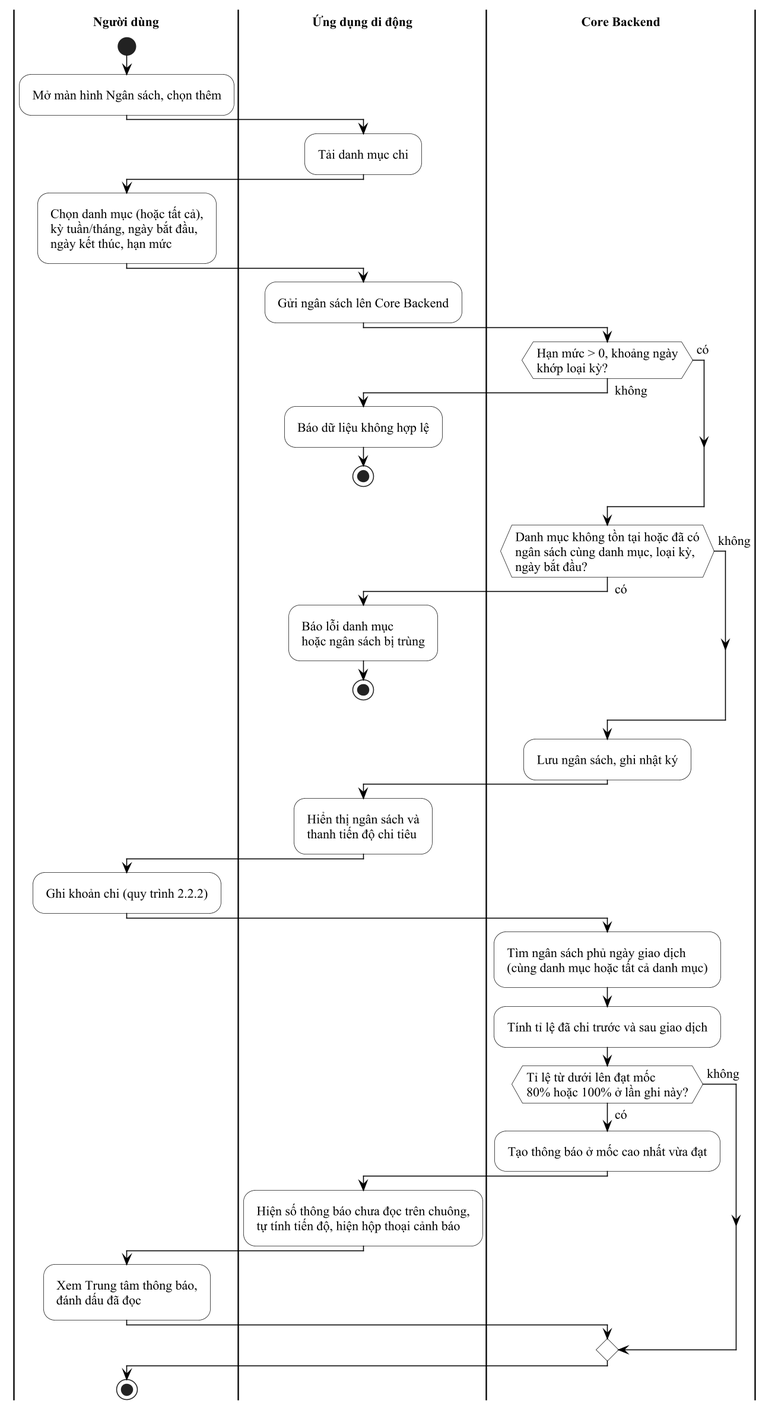
This is docs/thesis/diagrams/ch2_ngan_sach_hoat_dong.png from TriPhan15/donutpay-monorepo, a PlantUML export, as it was before one commit. The source it was exported from:
```plantuml
@startuml ch2_ngan_sach_hoat_dong
!include _style.iuml
|Người dùng|
start
:Mở màn hình Ngân sách, chọn thêm;
|Ứng dụng di động|
:Tải danh mục chi;
|Người dùng|
:Chọn danh mục (hoặc tất cả),\nkỳ tuần/tháng, ngày bắt đầu,\nngày kết thúc, hạn mức;
|Ứng dụng di động|
:Gửi ngân sách lên Core Backend;
|Core Backend|
if (Hạn mức > 0, khoảng ngày\nkhớp loại kỳ?) then (không)
  |Ứng dụng di động|
  :Báo dữ liệu không hợp lệ;
  stop
else (có)
endif
|Core Backend|
if (Danh mục không tồn tại hoặc đã có\nngân sách cùng danh mục, loại kỳ,\nngày bắt đầu?) then (có)
  |Ứng dụng di động|
  :Báo lỗi danh mục\nhoặc ngân sách bị trùng;
  stop
else (không)
endif
|Core Backend|
:Lưu ngân sách, ghi nhật ký;
|Ứng dụng di động|
:Hiển thị ngân sách và\nthanh tiến độ chi tiêu;
|Người dùng|
:Ghi khoản chi (quy trình 2.2.2);
|Core Backend|
:Tìm ngân sách phủ ngày giao dịch\n(cùng danh mục hoặc tất cả danh mục);
:Tính tỉ lệ đã chi trước và sau giao dịch;
if (Tỉ lệ từ dưới lên đạt mốc\n80% hoặc 100% ở lần ghi này?) then (có)
  :Tạo thông báo ở mốc cao nhất vừa đạt;
  |Ứng dụng di động|
  :Hiện số thông báo chưa đọc trên chuông,\ntự tính tiến độ, hiện hộp thoại cảnh báo;
  |Người dùng|
  :Xem Trung tâm thông báo,\nđánh dấu đã đọc;
else (không)
endif
stop
@enduml
```
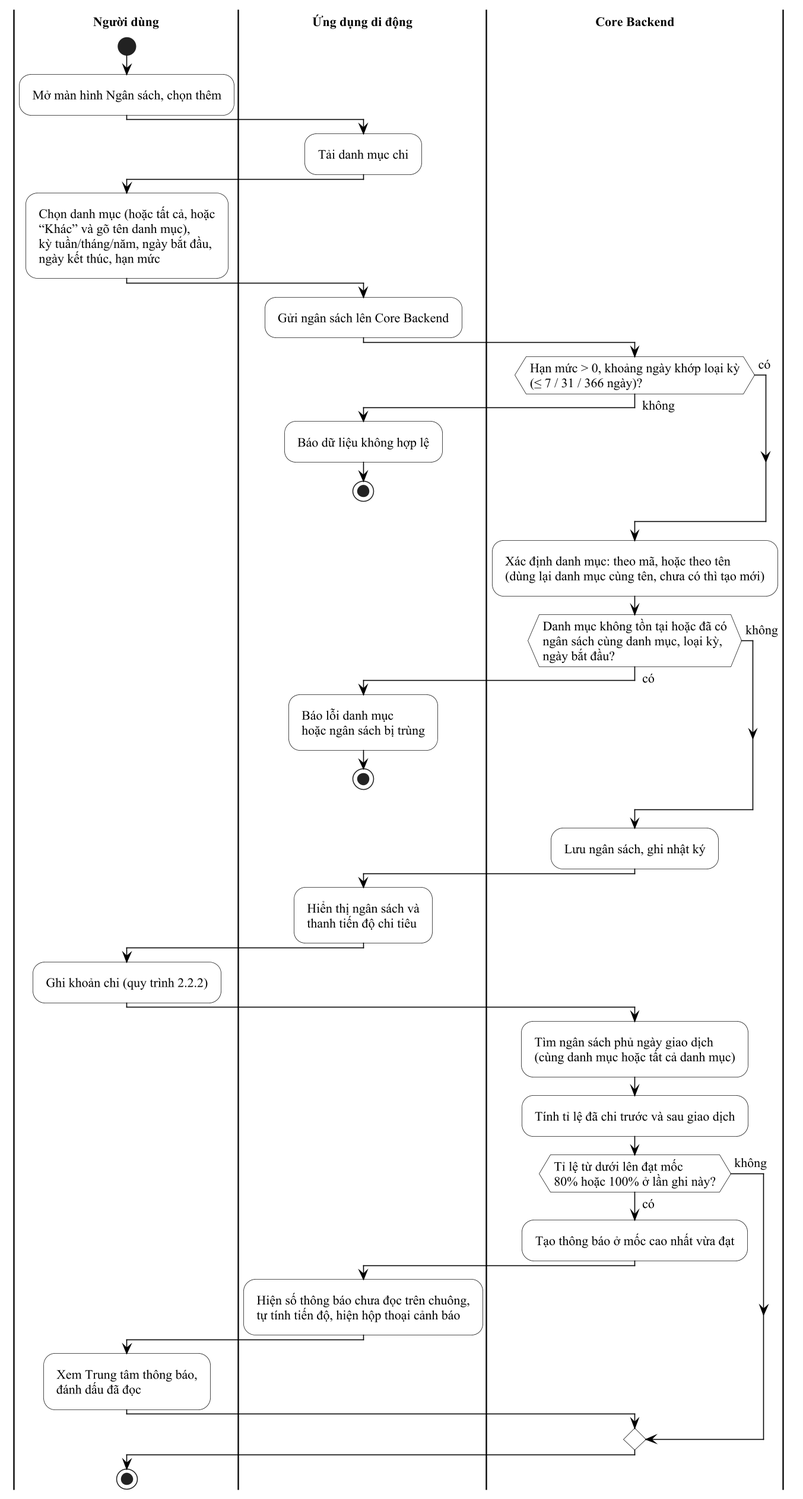
After the commit.

Change to the diagram source:
```diff
@@ -6,17 +6,18 @@
 |Ứng dụng di động|
 :Tải danh mục chi;
 |Người dùng|
-:Chọn danh mục (hoặc tất cả),\nkỳ tuần/tháng, ngày bắt đầu,\nngày kết thúc, hạn mức;
+:Chọn danh mục (hoặc tất cả, hoặc\n“Khác” và gõ tên danh mục),\nkỳ tuần/tháng/năm, ngày bắt đầu,\nngày kết thúc, hạn mức;
 |Ứng dụng di động|
 :Gửi ngân sách lên Core Backend;
 |Core Backend|
-if (Hạn mức > 0, khoảng ngày\nkhớp loại kỳ?) then (không)
+if (Hạn mức > 0, khoảng ngày khớp loại kỳ\n(≤ 7 / 31 / 366 ngày)?) then (không)
   |Ứng dụng di động|
   :Báo dữ liệu không hợp lệ;
   stop
 else (có)
 endif
 |Core Backend|
+:Xác định danh mục: theo mã, hoặc theo tên\n(dùng lại danh mục cùng tên, chưa có thì tạo mới);
 if (Danh mục không tồn tại hoặc đã có\nngân sách cùng danh mục, loại kỳ,\nngày bắt đầu?) then (có)
   |Ứng dụng di động|
   :Báo lỗi danh mục\nhoặc ngân sách bị trùng;
```
